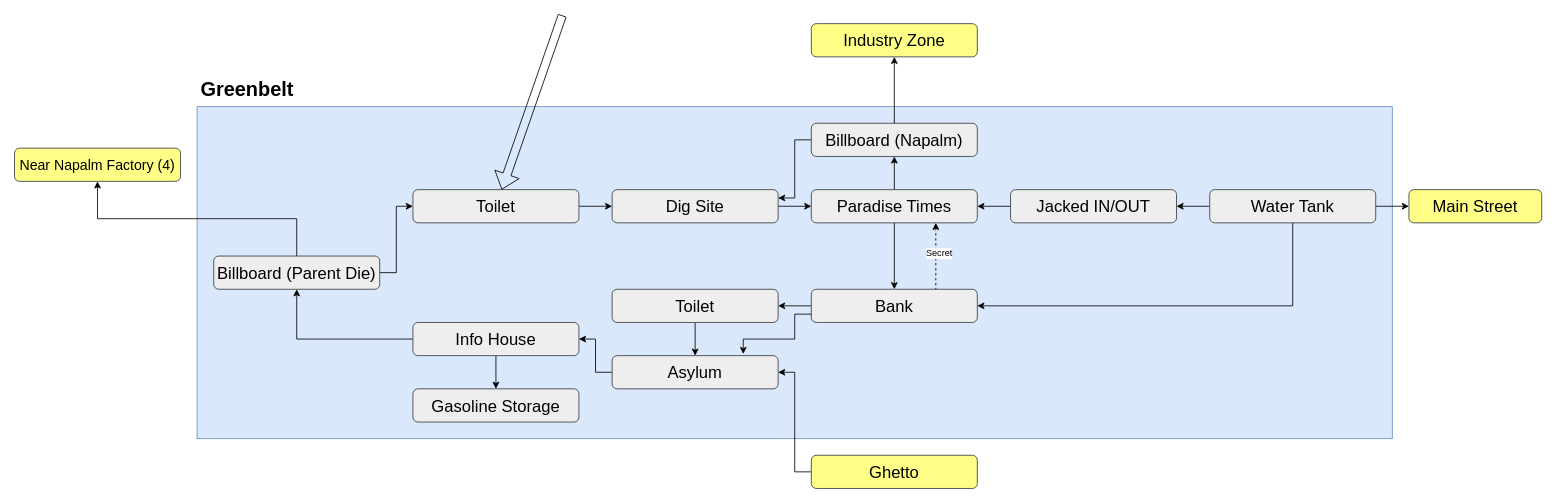
twinfacer/Gamez keeps this draw.io diagram as page "Greenbelt" (6 of 21) of Postal 2/postal_map.drawio. Above is the earlier version. Source tidied: cells renumbered, new cells numbered last; positions are measured from the earlier drawing's top-left corner, leaving out a move shared by most shapes. Both pictures are drawn from the tidied source at 83%, with x=0, y=0 at pixel (14, 15).
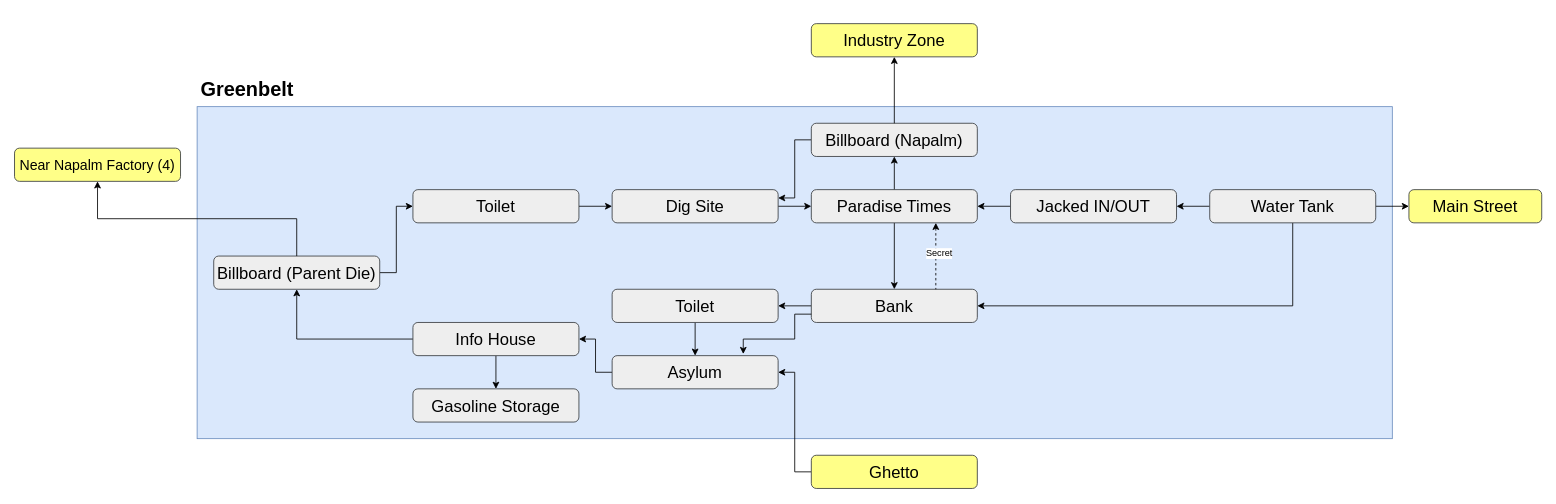
The same page after the edit.

Unchanged cells that the change refers to:
```xml
<mxCell id="14" value="Toilet" style="rounded=1;whiteSpace=wrap;html=1;fontSize=20;fillColor=#eeeeee;strokeColor=#36393d;" parent="1" vertex="1">
  <mxGeometry x="480" y="210" width="200" height="40" as="geometry" />
</mxCell>
```

Diff of the diagram source:
```diff
@@
-    <mxCell id="41" style="shape=flexArrow;endArrow=classic;html=1;rounded=0;" parent="1" edge="1" target="14">
-      <mxGeometry relative="1" as="geometry">
-        <mxPoint x="660" as="sourcePoint" />
-      </mxGeometry>
-    </mxCell>
```
